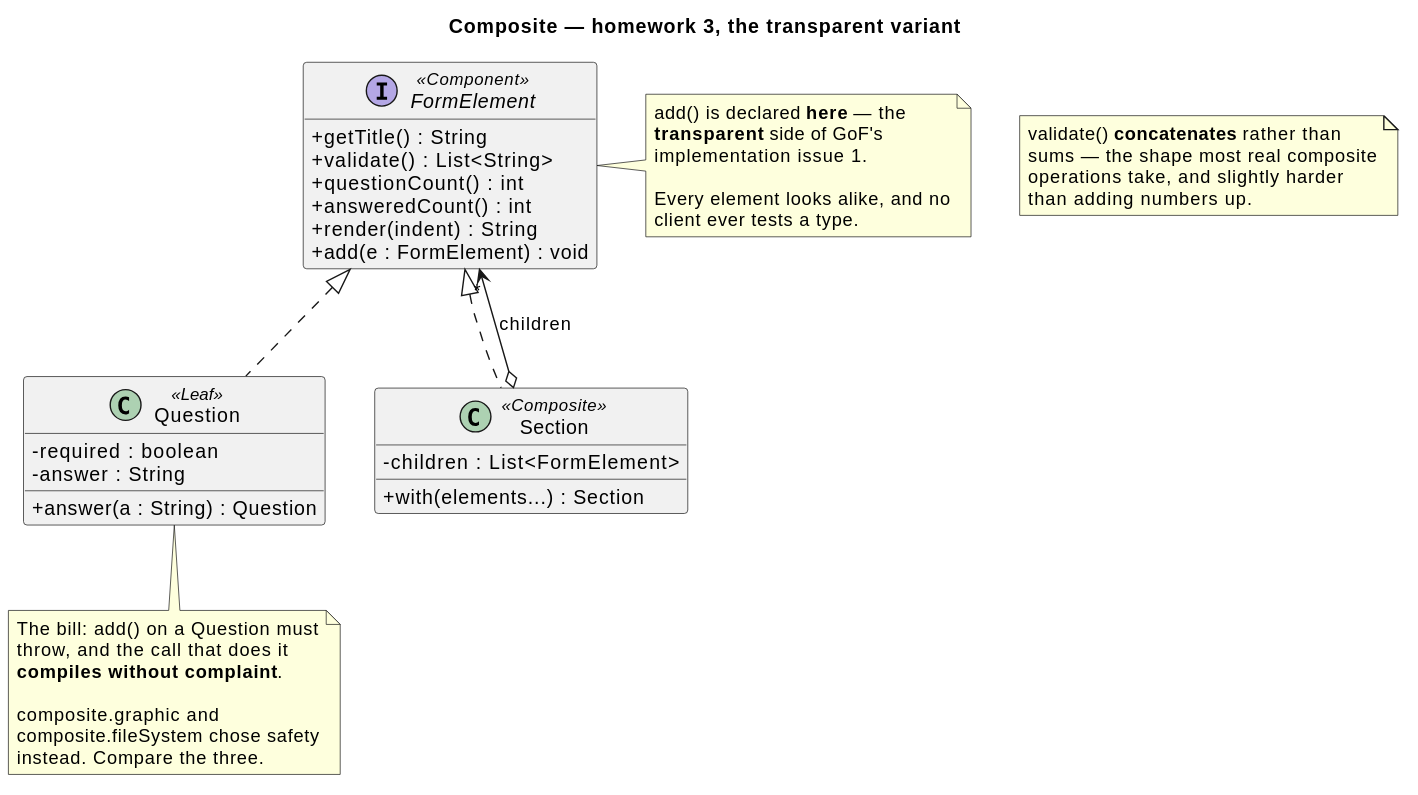
This is src/main/java/dev/kaldiroglu/dp/structural/composite/hw/surveyform/uml/Composite - Survey Form (Homework) - Class Diagram.svg from kaldiroglu/DesignPatternsWithJava, a PlantUML export, as it was before one commit. The source it was exported from:
```plantuml
@startuml
skinparam classAttributeIconSize 0
hide empty members
title Composite — homework 3, the transparent variant


interface FormElement <<Component>> {
  + getTitle() : String
  + validate() : List<String>
  + questionCount() : int
  + answeredCount() : int
  + render(indent) : String
  + add(e : FormElement) : void
}

class Question <<Leaf>> {
  - required : boolean
  - answer : String
  + answer(a : String) : Question
}

class Section <<Composite>> {
  - children : List<FormElement>
  + with(elements...) : Section
}

FormElement <|.. Question
FormElement <|.. Section
Section o--> "*" FormElement : children

note right of FormElement
  add() is declared <b>here</b> — the
  <b>transparent</b> side of GoF's
  implementation issue 1.

  Every element looks alike, and no
  client ever tests a type.
end note

note bottom of Question
  The bill: add() on a Question must
  throw, and the call that does it
  <b>compiles without complaint</b>.

  composite.graphic and
  composite.fileSystem chose safety
  instead. Compare the three.
end note

note as N1
  validate() <b>concatenates</b> rather than
  sums — the shape most real composite
  operations take, and slightly harder
  than adding numbers up.
end note
@enduml
```
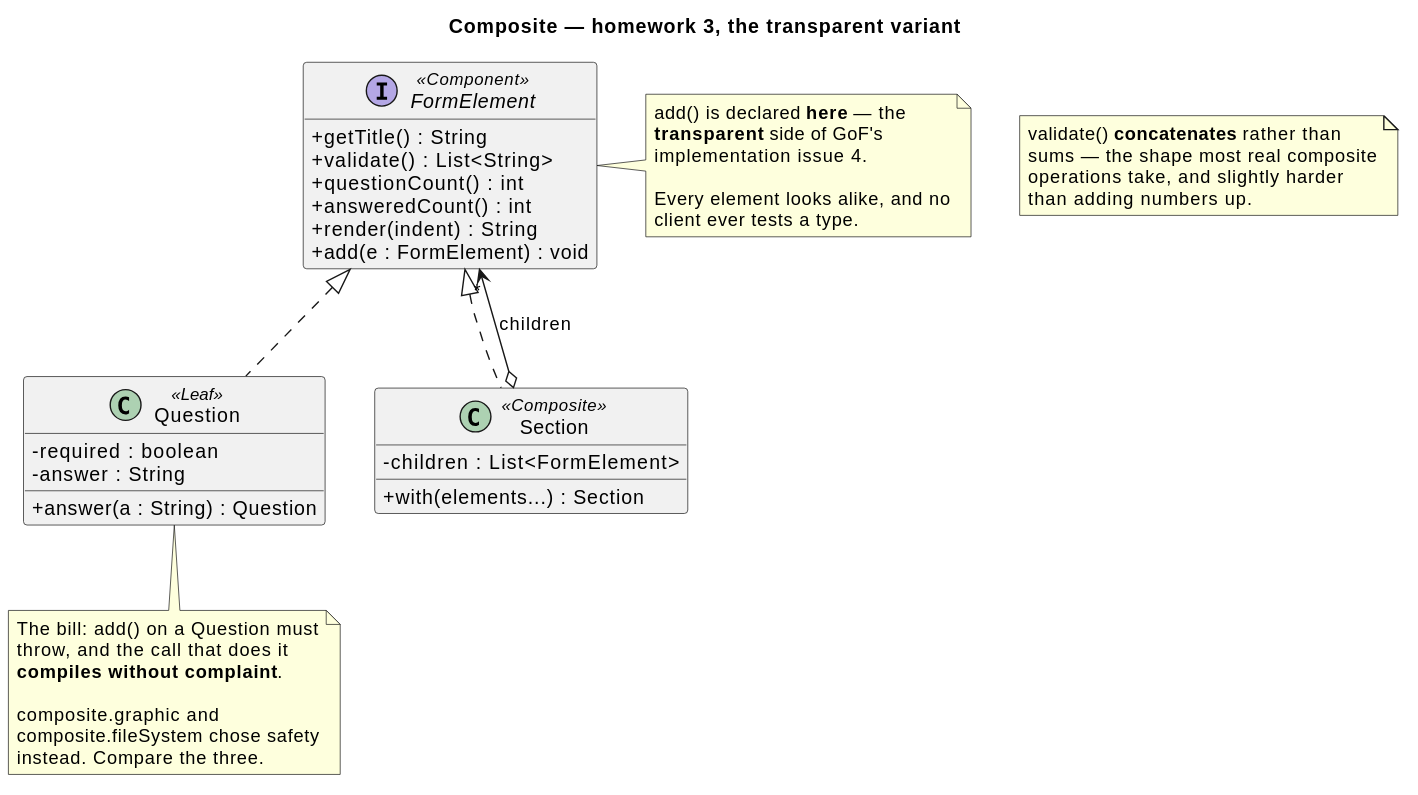
The same file after the commit.

Change to the diagram source:
```diff
@@ -31,7 +31,7 @@
 note right of FormElement
   add() is declared <b>here</b> — the
   <b>transparent</b> side of GoF's
-  implementation issue 1.
+  implementation issue 4.
 
   Every element looks alike, and no
   client ever tests a type.
```
